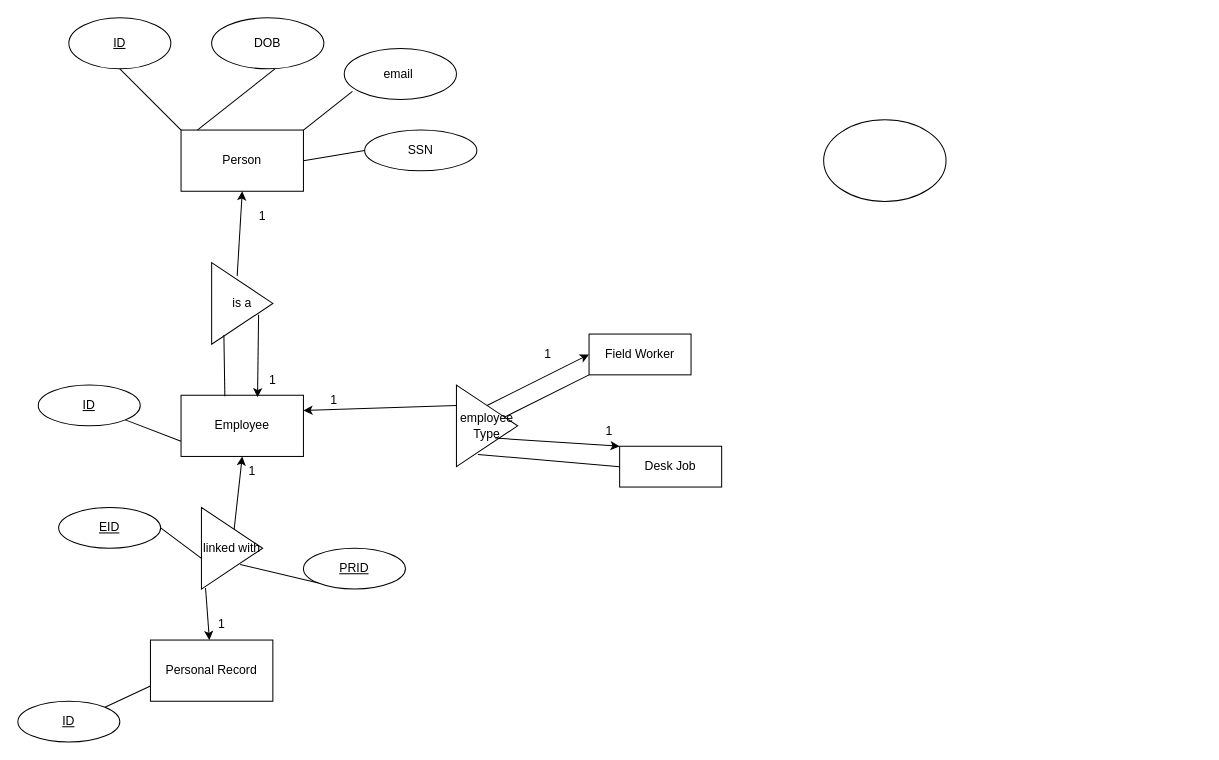
Earlier version of the draw.io diagram Untitled Diagram.drawio (alec202/CIS353ERDiagramAssignment). Source tidied: cells renumbered, new cells numbered last; positions are measured from the earlier drawing's top-left corner, leaving out a move shared by most shapes. Both pictures are drawn from the tidied source at 102%, with x=0, y=0 at pixel (17, 17).
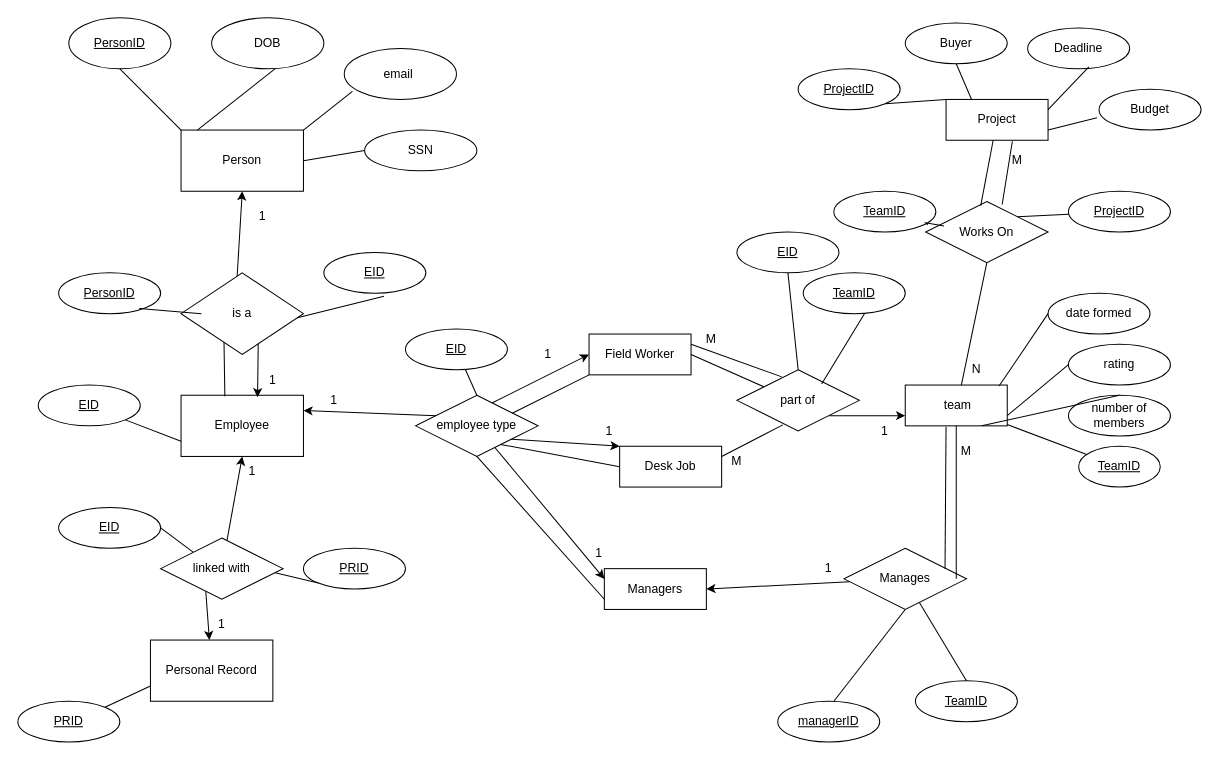
Above is the later version.

Unchanged cells that the change refers to:
```xml
<mxCell id="3" value="Person" style="rounded=0;whiteSpace=wrap;html=1;" parent="1" vertex="1">
  <mxGeometry x="160" y="110" width="120" height="60" as="geometry" />
</mxCell>
<mxCell id="12" value="Employee" style="rounded=0;whiteSpace=wrap;html=1;" parent="1" vertex="1">
  <mxGeometry x="160" y="370" width="120" height="60" as="geometry" />
</mxCell>
<mxCell id="15" value="Personal Record" style="rounded=0;whiteSpace=wrap;html=1;" parent="1" vertex="1">
  <mxGeometry x="130" y="610" width="120" height="60" as="geometry" />
</mxCell>
<mxCell id="29" value="EID" style="ellipse;whiteSpace=wrap;html=1;align=center;fontStyle=4;" parent="1" vertex="1">
  <mxGeometry x="40" y="480" width="100" height="40" as="geometry" />
</mxCell>
<mxCell id="31" value="PRID" style="ellipse;whiteSpace=wrap;html=1;align=center;fontStyle=4;" parent="1" vertex="1">
  <mxGeometry x="280" y="520" width="100" height="40" as="geometry" />
</mxCell>
<mxCell id="36" value="Field Worker" style="whiteSpace=wrap;html=1;align=center;" parent="1" vertex="1">
  <mxGeometry x="560" y="310" width="100" height="40" as="geometry" />
</mxCell>
<mxCell id="40" value="Desk Job" style="whiteSpace=wrap;html=1;align=center;" parent="1" vertex="1">
  <mxGeometry x="590" y="420" width="100" height="40" as="geometry" />
</mxCell>
```

What changed in the source:
```diff
@@
-    <mxCell id="2" style="ellipse;whiteSpace=wrap;html=1;" parent="1" vertex="1">
-      <mxGeometry x="790" y="100" width="120" height="80" as="geometry" />
+    <mxCell id="2" value="&lt;u&gt;TeamID&lt;/u&gt;" style="ellipse;whiteSpace=wrap;html=1;" parent="1" vertex="1">
+      <mxGeometry x="1040" y="420" width="80" height="40" as="geometry" />
     </mxCell>
@@
-    <mxCell id="6" value="&lt;u&gt;ID&lt;/u&gt;" style="ellipse;whiteSpace=wrap;html=1;" parent="1" vertex="1">
+    <mxCell id="6" value="&lt;u&gt;PersonID&lt;/u&gt;" style="ellipse;whiteSpace=wrap;html=1;" parent="1" vertex="1">
       <mxGeometry x="50" width="100" height="50" as="geometry" />
     </mxCell>
@@
-    <mxCell id="13" value="is a" style="triangle;whiteSpace=wrap;html=1;" parent="1" vertex="1">
-      <mxGeometry x="190" y="240" width="60" height="80" as="geometry" />
-    </mxCell>
-    <mxCell id="14" style="endArrow=none;html=1;rounded=0;entryX=0.2;entryY=0.888;entryDx=0;entryDy=0;entryPerimeter=0;exitX=0.358;exitY=0.017;exitDx=0;exitDy=0;exitPerimeter=0;" parent="1" edge="1" source="12" target="13">
-      <mxGeometry relative="1" as="geometry" />
+    <mxCell id="14" style="endArrow=none;html=1;rounded=0;entryX=0.2;entryY=0.888;entryDx=0;entryDy=0;entryPerimeter=0;exitX=0.358;exitY=0.017;exitDx=0;exitDy=0;exitPerimeter=0;" parent="1" edge="1" source="12">
+      <mxGeometry relative="1" as="geometry">
+        <mxPoint x="202" y="311" as="targetPoint" />
+      </mxGeometry>
     </mxCell>
@@
-    <mxCell id="16" value="linked with" style="triangle;whiteSpace=wrap;html=1;" parent="1" vertex="1">
-      <mxGeometry x="180" y="480" width="60" height="80" as="geometry" />
-    </mxCell>
-    <mxCell id="17" style="endArrow=classic;html=1;rounded=0;exitX=0.067;exitY=0.988;exitDx=0;exitDy=0;exitPerimeter=0;" parent="1" edge="1" source="16" target="15">
-      <mxGeometry relative="1" as="geometry" />
+    <mxCell id="17" style="endArrow=classic;html=1;rounded=0;exitX=0.067;exitY=0.988;exitDx=0;exitDy=0;exitPerimeter=0;" parent="1" edge="1" target="15">
+      <mxGeometry relative="1" as="geometry">
+        <mxPoint x="184" y="559" as="sourcePoint" />
+      </mxGeometry>
     </mxCell>
@@
-    <mxCell id="21" style="endArrow=classic;html=1;rounded=0;entryX=0.5;entryY=1;entryDx=0;entryDy=0;exitX=0.417;exitY=0.163;exitDx=0;exitDy=0;exitPerimeter=0;" parent="1" edge="1" source="13" target="3">
-      <mxGeometry relative="1" as="geometry" />
+    <mxCell id="21" style="endArrow=classic;html=1;rounded=0;entryX=0.5;entryY=1;entryDx=0;entryDy=0;exitX=0.417;exitY=0.163;exitDx=0;exitDy=0;exitPerimeter=0;" parent="1" edge="1" target="3">
+      <mxGeometry relative="1" as="geometry">
+        <mxPoint x="215" y="253" as="sourcePoint" />
+      </mxGeometry>
     </mxCell>
@@
-    <mxCell id="23" style="endArrow=classic;html=1;rounded=0;entryX=0.625;entryY=0.033;entryDx=0;entryDy=0;entryPerimeter=0;exitX=0.767;exitY=0.638;exitDx=0;exitDy=0;exitPerimeter=0;" parent="1" edge="1" source="13" target="12">
-      <mxGeometry relative="1" as="geometry" />
+    <mxCell id="23" style="endArrow=classic;html=1;rounded=0;entryX=0.625;entryY=0.033;entryDx=0;entryDy=0;entryPerimeter=0;exitX=0.767;exitY=0.638;exitDx=0;exitDy=0;exitPerimeter=0;" parent="1" edge="1" target="12">
+      <mxGeometry relative="1" as="geometry">
+        <mxPoint x="236" y="291" as="sourcePoint" />
+      </mxGeometry>
     </mxCell>
@@
-    <mxCell id="25" value="ID" style="ellipse;whiteSpace=wrap;html=1;align=center;fontStyle=4;" parent="1" vertex="1">
+    <mxCell id="25" value="EID" style="ellipse;whiteSpace=wrap;html=1;align=center;fontStyle=4;" parent="1" vertex="1">
       <mxGeometry x="20" y="360" width="100" height="40" as="geometry" />
     </mxCell>
@@
-    <mxCell id="27" value="ID" style="ellipse;whiteSpace=wrap;html=1;align=center;fontStyle=4;" parent="1" vertex="1">
+    <mxCell id="27" value="PRID" style="ellipse;whiteSpace=wrap;html=1;align=center;fontStyle=4;" parent="1" vertex="1">
       <mxGeometry y="670" width="100" height="40" as="geometry" />
     </mxCell>
@@
-    <mxCell id="30" style="endArrow=none;html=1;rounded=0;exitX=1;exitY=0.5;exitDx=0;exitDy=0;entryX=0;entryY=0.625;entryDx=0;entryDy=0;entryPerimeter=0;" parent="1" edge="1" source="29" target="16">
-      <mxGeometry relative="1" as="geometry" />
+    <mxCell id="30" style="endArrow=none;html=1;rounded=0;exitX=1;exitY=0.5;exitDx=0;exitDy=0;entryX=0;entryY=0.625;entryDx=0;entryDy=0;entryPerimeter=0;" parent="1" edge="1" source="29">
+      <mxGeometry relative="1" as="geometry">
+        <mxPoint x="180" y="530" as="targetPoint" />
+      </mxGeometry>
     </mxCell>
@@
-    <mxCell id="32" style="endArrow=none;html=1;rounded=0;exitX=0.633;exitY=0.7;exitDx=0;exitDy=0;exitPerimeter=0;entryX=0;entryY=1;entryDx=0;entryDy=0;" parent="1" edge="1" source="16" target="31">
-      <mxGeometry relative="1" as="geometry" />
+    <mxCell id="32" style="endArrow=none;html=1;rounded=0;exitX=0.633;exitY=0.7;exitDx=0;exitDy=0;exitPerimeter=0;entryX=0;entryY=1;entryDx=0;entryDy=0;" parent="1" edge="1" target="31">
+      <mxGeometry relative="1" as="geometry">
+        <mxPoint x="218" y="536" as="sourcePoint" />
+      </mxGeometry>
     </mxCell>
-    <mxCell id="33" value="employee Type" style="triangle;whiteSpace=wrap;html=1;" parent="1" vertex="1">
-      <mxGeometry x="430" y="360" width="60" height="80" as="geometry" />
-    </mxCell>
-    <mxCell id="34" style="endArrow=classic;html=1;rounded=0;exitX=0;exitY=0.25;exitDx=0;exitDy=0;entryX=1;entryY=0.25;entryDx=0;entryDy=0;" parent="1" edge="1" source="33" target="12">
+    <mxCell id="34" style="endArrow=classic;html=1;rounded=0;exitX=0;exitY=0.25;exitDx=0;exitDy=0;entryX=1;entryY=0.25;entryDx=0;entryDy=0;" parent="1" edge="1" source="56" target="12">
       <mxGeometry relative="1" as="geometry" />
     </mxCell>
-    <mxCell id="35" style="endArrow=none;html=1;rounded=0;entryX=0;entryY=1;entryDx=0;entryDy=0;" parent="1" edge="1" source="33" target="36">
-      <mxGeometry relative="1" as="geometry" />
+    <mxCell id="35" style="endArrow=none;html=1;rounded=0;entryX=0;entryY=1;entryDx=0;entryDy=0;" parent="1" edge="1" target="36">
+      <mxGeometry relative="1" as="geometry">
+        <mxPoint x="477.1" y="391.4" as="sourcePoint" />
+      </mxGeometry>
     </mxCell>
@@
-    <mxCell id="37" style="endArrow=classic;html=1;rounded=0;entryX=0;entryY=0.5;entryDx=0;entryDy=0;exitX=0.5;exitY=0;exitDx=0;exitDy=0;" parent="1" edge="1" source="33" target="36">
-      <mxGeometry relative="1" as="geometry" />
+    <mxCell id="37" style="endArrow=classic;html=1;rounded=0;entryX=0;entryY=0.5;entryDx=0;entryDy=0;exitX=0.5;exitY=0;exitDx=0;exitDy=0;" parent="1" edge="1" target="36">
+      <mxGeometry relative="1" as="geometry">
+        <mxPoint x="460" y="380" as="sourcePoint" />
+      </mxGeometry>
     </mxCell>
@@
-    <mxCell id="41" style="endArrow=classic;html=1;rounded=0;entryX=0;entryY=0;entryDx=0;entryDy=0;exitX=0.633;exitY=0.65;exitDx=0;exitDy=0;exitPerimeter=0;" parent="1" edge="1" source="33" target="40">
-      <mxGeometry relative="1" as="geometry" />
+    <mxCell id="41" style="endArrow=classic;html=1;rounded=0;entryX=0;entryY=0;entryDx=0;entryDy=0;exitX=0.633;exitY=0.65;exitDx=0;exitDy=0;exitPerimeter=0;" parent="1" edge="1" target="40">
+      <mxGeometry relative="1" as="geometry">
+        <mxPoint x="468" y="412" as="sourcePoint" />
+      </mxGeometry>
     </mxCell>
-    <mxCell id="42" style="endArrow=none;html=1;rounded=0;exitX=0.35;exitY=0.85;exitDx=0;exitDy=0;exitPerimeter=0;entryX=0;entryY=0.5;entryDx=0;entryDy=0;" parent="1" edge="1" source="33" target="40">
+    <mxCell id="42" style="endArrow=none;html=1;rounded=0;entryX=0;entryY=0.5;entryDx=0;entryDy=0;exitX=0.683;exitY=0.8;exitDx=0;exitDy=0;exitPerimeter=0;" parent="1" edge="1" source="56" target="40">
       <mxGeometry relative="1" as="geometry" />
     </mxCell>
@@
+    <mxCell id="44" value="&amp;nbsp;team" style="whiteSpace=wrap;html=1;align=center;" parent="1" vertex="1">
+      <mxGeometry x="870" y="360" width="100" height="40" as="geometry" />
+    </mxCell>
+    <mxCell id="45" style="endArrow=none;html=1;rounded=0;" parent="1" edge="1" source="2" target="44">
+      <mxGeometry relative="1" as="geometry" />
+    </mxCell>
+    <mxCell id="46" value="number of members" style="ellipse;whiteSpace=wrap;html=1;align=center;" parent="1" vertex="1">
+      <mxGeometry x="1030" y="370" width="100" height="40" as="geometry" />
+    </mxCell>
+    <mxCell id="47" style="endArrow=none;html=1;rounded=0;entryX=0.75;entryY=1;entryDx=0;entryDy=0;exitX=0.5;exitY=0;exitDx=0;exitDy=0;" parent="1" edge="1" source="46" target="44">
+      <mxGeometry relative="1" as="geometry" />
+    </mxCell>
+    <mxCell id="48" value="rating" style="ellipse;whiteSpace=wrap;html=1;align=center;" parent="1" vertex="1">
+      <mxGeometry x="1030" y="320" width="100" height="40" as="geometry" />
+    </mxCell>
+    <mxCell id="49" style="endArrow=none;html=1;rounded=0;entryX=0;entryY=0.5;entryDx=0;entryDy=0;exitX=1;exitY=0.75;exitDx=0;exitDy=0;" parent="1" edge="1" source="44" target="48">
+      <mxGeometry relative="1" as="geometry" />
+    </mxCell>
+    <mxCell id="50" value="date formed" style="ellipse;whiteSpace=wrap;html=1;align=center;" parent="1" vertex="1">
+      <mxGeometry x="1010" y="270" width="100" height="40" as="geometry" />
+    </mxCell>
+    <mxCell id="51" style="endArrow=none;html=1;rounded=0;entryX=0;entryY=0.5;entryDx=0;entryDy=0;exitX=0.92;exitY=0.025;exitDx=0;exitDy=0;exitPerimeter=0;" parent="1" edge="1" source="44" target="50">
+      <mxGeometry relative="1" as="geometry" />
+    </mxCell>
+    <mxCell id="52" style="endArrow=classic;html=1;rounded=0;entryX=0;entryY=0.75;entryDx=0;entryDy=0;exitX=1;exitY=1;exitDx=0;exitDy=0;" parent="1" edge="1" source="57" target="44">
+      <mxGeometry relative="1" as="geometry" />
+    </mxCell>
+    <mxCell id="53" value="1" style="text;strokeColor=none;align=center;fillColor=none;html=1;verticalAlign=middle;whiteSpace=wrap;rounded=0;" parent="1" vertex="1">
+      <mxGeometry x="820" y="390" width="60" height="30" as="geometry" />
+    </mxCell>
+    <mxCell id="54" style="endArrow=none;html=1;rounded=0;entryX=0;entryY=0.25;entryDx=0;entryDy=0;exitX=1;exitY=0.5;exitDx=0;exitDy=0;" parent="1" edge="1" source="36">
+      <mxGeometry relative="1" as="geometry">
+        <mxPoint x="750" y="370" as="targetPoint" />
+      </mxGeometry>
+    </mxCell>
+    <mxCell id="55" style="endArrow=none;html=1;rounded=0;entryX=-0.017;entryY=0.025;entryDx=0;entryDy=0;entryPerimeter=0;exitX=1;exitY=0.25;exitDx=0;exitDy=0;" parent="1" edge="1" source="36">
+      <mxGeometry relative="1" as="geometry">
+        <mxPoint x="749" y="352" as="targetPoint" />
+      </mxGeometry>
+    </mxCell>
+    <mxCell id="56" value="employee type" style="shape=rhombus;perimeter=rhombusPerimeter;whiteSpace=wrap;html=1;align=center;" parent="1" vertex="1">
+      <mxGeometry x="390" y="370" width="120" height="60" as="geometry" />
+    </mxCell>
+    <mxCell id="13" value="is a" style="shape=rhombus;perimeter=rhombusPerimeter;whiteSpace=wrap;html=1;align=center;" parent="1" vertex="1">
+      <mxGeometry x="160" y="250" width="120" height="80" as="geometry" />
+    </mxCell>
+    <mxCell id="16" value="linked with" style="shape=rhombus;perimeter=rhombusPerimeter;whiteSpace=wrap;html=1;align=center;" parent="1" vertex="1">
+      <mxGeometry x="140" y="510" width="120" height="60" as="geometry" />
+    </mxCell>
+    <mxCell id="57" value="part of" style="shape=rhombus;perimeter=rhombusPerimeter;whiteSpace=wrap;html=1;align=center;" parent="1" vertex="1">
+      <mxGeometry x="705" y="345" width="120" height="60" as="geometry" />
+    </mxCell>
+    <mxCell id="58" value="M" style="text;strokeColor=none;align=center;fillColor=none;html=1;verticalAlign=middle;whiteSpace=wrap;rounded=0;" parent="1" vertex="1">
+      <mxGeometry x="650" y="300" width="60" height="30" as="geometry" />
+    </mxCell>
+    <mxCell id="59" style="endArrow=none;html=1;rounded=0;entryX=0.375;entryY=0.9;entryDx=0;entryDy=0;entryPerimeter=0;exitX=1;exitY=0.25;exitDx=0;exitDy=0;" parent="1" edge="1" source="40" target="57">
+      <mxGeometry relative="1" as="geometry" />
+    </mxCell>
+    <mxCell id="60" value="M" style="text;strokeColor=none;align=center;fillColor=none;html=1;verticalAlign=middle;whiteSpace=wrap;rounded=0;" parent="1" vertex="1">
+      <mxGeometry x="675" y="420" width="60" height="30" as="geometry" />
+    </mxCell>
+    <mxCell id="61" value="Managers" style="whiteSpace=wrap;html=1;align=center;" parent="1" vertex="1">
+      <mxGeometry x="575" y="540" width="100" height="40" as="geometry" />
+    </mxCell>
+    <mxCell id="62" style="endArrow=none;html=1;rounded=0;entryX=0;entryY=0.75;entryDx=0;entryDy=0;exitX=0.5;exitY=1;exitDx=0;exitDy=0;" parent="1" edge="1" source="56" target="61">
+      <mxGeometry relative="1" as="geometry" />
+    </mxCell>
+    <mxCell id="63" style="endArrow=classic;html=1;rounded=0;entryX=0;entryY=0.25;entryDx=0;entryDy=0;" parent="1" edge="1" source="56" target="61">
+      <mxGeometry relative="1" as="geometry" />
+    </mxCell>
+    <mxCell id="64" value="1" style="text;strokeColor=none;align=center;fillColor=none;html=1;verticalAlign=middle;whiteSpace=wrap;rounded=0;" parent="1" vertex="1">
+      <mxGeometry x="540" y="510" width="60" height="30" as="geometry" />
+    </mxCell>
+    <mxCell id="65" value="Manages" style="shape=rhombus;perimeter=rhombusPerimeter;whiteSpace=wrap;html=1;align=center;" parent="1" vertex="1">
+      <mxGeometry x="810" y="520" width="120" height="60" as="geometry" />
+    </mxCell>
+    <mxCell id="66" style="endArrow=classic;html=1;rounded=0;entryX=1;entryY=0.5;entryDx=0;entryDy=0;" parent="1" edge="1" source="65" target="61">
+      <mxGeometry relative="1" as="geometry" />
+    </mxCell>
+    <mxCell id="67" style="endArrow=none;html=1;rounded=0;entryX=0.5;entryY=1;entryDx=0;entryDy=0;" parent="1" edge="1" target="44">
+      <mxGeometry relative="1" as="geometry">
+        <mxPoint x="920" y="550" as="sourcePoint" />
+      </mxGeometry>
+    </mxCell>
+    <mxCell id="68" value="1" style="text;strokeColor=none;align=center;fillColor=none;html=1;verticalAlign=middle;whiteSpace=wrap;rounded=0;" parent="1" vertex="1">
+      <mxGeometry x="765" y="525" width="60" height="30" as="geometry" />
+    </mxCell>
+    <mxCell id="69" value="M" style="text;strokeColor=none;align=center;fillColor=none;html=1;verticalAlign=middle;whiteSpace=wrap;rounded=0;" parent="1" vertex="1">
+      <mxGeometry x="900" y="410" width="60" height="30" as="geometry" />
+    </mxCell>
+    <mxCell id="70" style="endArrow=none;html=1;rounded=0;entryX=0.4;entryY=1.025;entryDx=0;entryDy=0;exitX=0.825;exitY=0.333;exitDx=0;exitDy=0;exitPerimeter=0;entryPerimeter=0;" parent="1" edge="1" source="65" target="44">
+      <mxGeometry relative="1" as="geometry" />
+    </mxCell>
+    <mxCell id="71" value="managerID" style="ellipse;whiteSpace=wrap;html=1;align=center;fontStyle=4;" parent="1" vertex="1">
+      <mxGeometry x="745" y="670" width="100" height="40" as="geometry" />
+    </mxCell>
+    <mxCell id="72" style="endArrow=none;html=1;rounded=0;entryX=0.5;entryY=1;entryDx=0;entryDy=0;" parent="1" edge="1" target="65">
+      <mxGeometry relative="1" as="geometry">
+        <mxPoint x="800" y="670" as="sourcePoint" />
+      </mxGeometry>
+    </mxCell>
+    <mxCell id="73" value="TeamID" style="ellipse;whiteSpace=wrap;html=1;align=center;fontStyle=4;" parent="1" vertex="1">
+      <mxGeometry x="880" y="650" width="100" height="40" as="geometry" />
+    </mxCell>
+    <mxCell id="74" style="endArrow=none;html=1;rounded=0;exitX=0.5;exitY=0;exitDx=0;exitDy=0;" parent="1" edge="1" source="73" target="65">
+      <mxGeometry relative="1" as="geometry" />
+    </mxCell>
+    <mxCell id="75" value="EID" style="ellipse;whiteSpace=wrap;html=1;align=center;fontStyle=4;" parent="1" vertex="1">
+      <mxGeometry x="705" y="210" width="100" height="40" as="geometry" />
+    </mxCell>
+    <mxCell id="76" style="endArrow=none;html=1;rounded=0;entryX=0.5;entryY=1;entryDx=0;entryDy=0;exitX=0.5;exitY=0;exitDx=0;exitDy=0;" parent="1" edge="1" source="57" target="75">
+      <mxGeometry relative="1" as="geometry" />
+    </mxCell>
+    <mxCell id="77" value="TeamID" style="ellipse;whiteSpace=wrap;html=1;align=center;fontStyle=4;" parent="1" vertex="1">
+      <mxGeometry x="770" y="250" width="100" height="40" as="geometry" />
+    </mxCell>
+    <mxCell id="78" style="endArrow=none;html=1;rounded=0;exitX=0.692;exitY=0.233;exitDx=0;exitDy=0;exitPerimeter=0;" parent="1" edge="1" source="57">
+      <mxGeometry relative="1" as="geometry">
+        <mxPoint x="830" y="290" as="targetPoint" />
+      </mxGeometry>
+    </mxCell>
+    <mxCell id="79" value="PersonID" style="ellipse;whiteSpace=wrap;html=1;align=center;fontStyle=4;" parent="1" vertex="1">
+      <mxGeometry x="40" y="250" width="100" height="40" as="geometry" />
+    </mxCell>
+    <mxCell id="80" style="endArrow=none;html=1;rounded=0;exitX=0.79;exitY=0.875;exitDx=0;exitDy=0;exitPerimeter=0;" parent="1" edge="1" source="79">
+      <mxGeometry relative="1" as="geometry">
+        <mxPoint x="180" y="290" as="targetPoint" />
+      </mxGeometry>
+    </mxCell>
+    <mxCell id="81" value="EID" style="ellipse;whiteSpace=wrap;html=1;align=center;fontStyle=4;" parent="1" vertex="1">
+      <mxGeometry x="300" y="230" width="100" height="40" as="geometry" />
+    </mxCell>
+    <mxCell id="82" style="endArrow=none;html=1;rounded=0;entryX=0.59;entryY=1.075;entryDx=0;entryDy=0;entryPerimeter=0;exitX=0.95;exitY=0.55;exitDx=0;exitDy=0;exitPerimeter=0;" parent="1" edge="1" source="13" target="81">
+      <mxGeometry relative="1" as="geometry" />
+    </mxCell>
+    <mxCell id="83" value="EID" style="ellipse;whiteSpace=wrap;html=1;align=center;fontStyle=4;" parent="1" vertex="1">
+      <mxGeometry x="380" y="305" width="100" height="40" as="geometry" />
+    </mxCell>
+    <mxCell id="84" style="endArrow=none;html=1;rounded=0;exitX=0.5;exitY=0;exitDx=0;exitDy=0;" parent="1" edge="1" source="56" target="83">
+      <mxGeometry relative="1" as="geometry" />
+    </mxCell>
+    <mxCell id="85" value="Project" style="whiteSpace=wrap;html=1;align=center;" parent="1" vertex="1">
+      <mxGeometry x="910" y="80" width="100" height="40" as="geometry" />
+    </mxCell>
+    <mxCell id="86" value="ProjectID" style="ellipse;whiteSpace=wrap;html=1;align=center;fontStyle=4;" parent="1" vertex="1">
+      <mxGeometry x="765" y="50" width="100" height="40" as="geometry" />
+    </mxCell>
+    <mxCell id="87" style="endArrow=none;html=1;rounded=0;exitX=1;exitY=1;exitDx=0;exitDy=0;" parent="1" edge="1" source="86">
+      <mxGeometry relative="1" as="geometry">
+        <mxPoint x="910" y="80" as="targetPoint" />
+      </mxGeometry>
+    </mxCell>
+    <mxCell id="88" value="Buyer" style="ellipse;whiteSpace=wrap;html=1;align=center;" parent="1" vertex="1">
+      <mxGeometry x="870" y="5" width="100" height="40" as="geometry" />
+    </mxCell>
+    <mxCell id="89" style="endArrow=none;html=1;rounded=0;entryX=0.5;entryY=1;entryDx=0;entryDy=0;exitX=0.25;exitY=0;exitDx=0;exitDy=0;" parent="1" edge="1" source="85" target="88">
+      <mxGeometry relative="1" as="geometry" />
+    </mxCell>
+    <mxCell id="90" value="Deadline" style="ellipse;whiteSpace=wrap;html=1;align=center;" parent="1" vertex="1">
+      <mxGeometry x="990" y="10" width="100" height="40" as="geometry" />
+    </mxCell>
+    <mxCell id="91" style="endArrow=none;html=1;rounded=0;entryX=0.6;entryY=0.95;entryDx=0;entryDy=0;entryPerimeter=0;exitX=1;exitY=0.25;exitDx=0;exitDy=0;" parent="1" edge="1" source="85" target="90">
+      <mxGeometry relative="1" as="geometry" />
+    </mxCell>
+    <mxCell id="92" value="Budget" style="ellipse;whiteSpace=wrap;html=1;align=center;" parent="1" vertex="1">
+      <mxGeometry x="1060" y="70" width="100" height="40" as="geometry" />
+    </mxCell>
+    <mxCell id="93" style="endArrow=none;html=1;rounded=0;exitX=1;exitY=0.75;exitDx=0;exitDy=0;entryX=-0.02;entryY=0.7;entryDx=0;entryDy=0;entryPerimeter=0;" parent="1" edge="1" source="85" target="92">
+      <mxGeometry relative="1" as="geometry" />
+    </mxCell>
+    <mxCell id="94" value="Works On" style="shape=rhombus;perimeter=rhombusPerimeter;whiteSpace=wrap;html=1;align=center;" parent="1" vertex="1">
+      <mxGeometry x="890" y="180" width="120" height="60" as="geometry" />
+    </mxCell>
+    <mxCell id="95" style="endArrow=none;html=1;rounded=0;exitX=0.45;exitY=0.067;exitDx=0;exitDy=0;exitPerimeter=0;" parent="1" edge="1" source="94" target="85">
+      <mxGeometry relative="1" as="geometry" />
+    </mxCell>
+    <mxCell id="96" style="endArrow=none;html=1;rounded=0;entryX=0.65;entryY=1.025;entryDx=0;entryDy=0;entryPerimeter=0;exitX=0.625;exitY=0.05;exitDx=0;exitDy=0;exitPerimeter=0;" parent="1" edge="1" source="94" target="85">
+      <mxGeometry relative="1" as="geometry" />
+    </mxCell>
+    <mxCell id="97" value="M" style="text;strokeColor=none;align=center;fillColor=none;html=1;verticalAlign=middle;whiteSpace=wrap;rounded=0;" parent="1" vertex="1">
+      <mxGeometry x="950" y="125" width="60" height="30" as="geometry" />
+    </mxCell>
+    <mxCell id="98" style="endArrow=none;html=1;rounded=0;exitX=0.25;exitY=1;exitDx=0;exitDy=0;entryX=0.5;entryY=1;entryDx=0;entryDy=0;" parent="1" edge="1" source="99" target="94">
+      <mxGeometry relative="1" as="geometry" />
+    </mxCell>
+    <mxCell id="99" value="N" style="text;strokeColor=none;align=center;fillColor=none;html=1;verticalAlign=middle;whiteSpace=wrap;rounded=0;" parent="1" vertex="1">
+      <mxGeometry x="910" y="330" width="60" height="30" as="geometry" />
+    </mxCell>
+    <mxCell id="100" value="ProjectID" style="ellipse;whiteSpace=wrap;html=1;align=center;fontStyle=4;" parent="1" vertex="1">
+      <mxGeometry x="1030" y="170" width="100" height="40" as="geometry" />
+    </mxCell>
+    <mxCell id="101" style="endArrow=none;html=1;rounded=0;exitX=1;exitY=0;exitDx=0;exitDy=0;" parent="1" edge="1" source="94" target="100">
+      <mxGeometry relative="1" as="geometry" />
+    </mxCell>
+    <mxCell id="102" value="TeamID" style="ellipse;whiteSpace=wrap;html=1;align=center;fontStyle=4;" parent="1" vertex="1">
+      <mxGeometry x="800" y="170" width="100" height="40" as="geometry" />
+    </mxCell>
+    <mxCell id="103" style="endArrow=none;html=1;rounded=0;entryX=0.15;entryY=0.4;entryDx=0;entryDy=0;entryPerimeter=0;exitX=0.92;exitY=0.825;exitDx=0;exitDy=0;exitPerimeter=0;" parent="1" edge="1" source="102" target="94">
+      <mxGeometry relative="1" as="geometry">
+        <Array as="points">
+          <mxPoint x="890" y="201" />
+        </Array>
+      </mxGeometry>
+    </mxCell>
```
